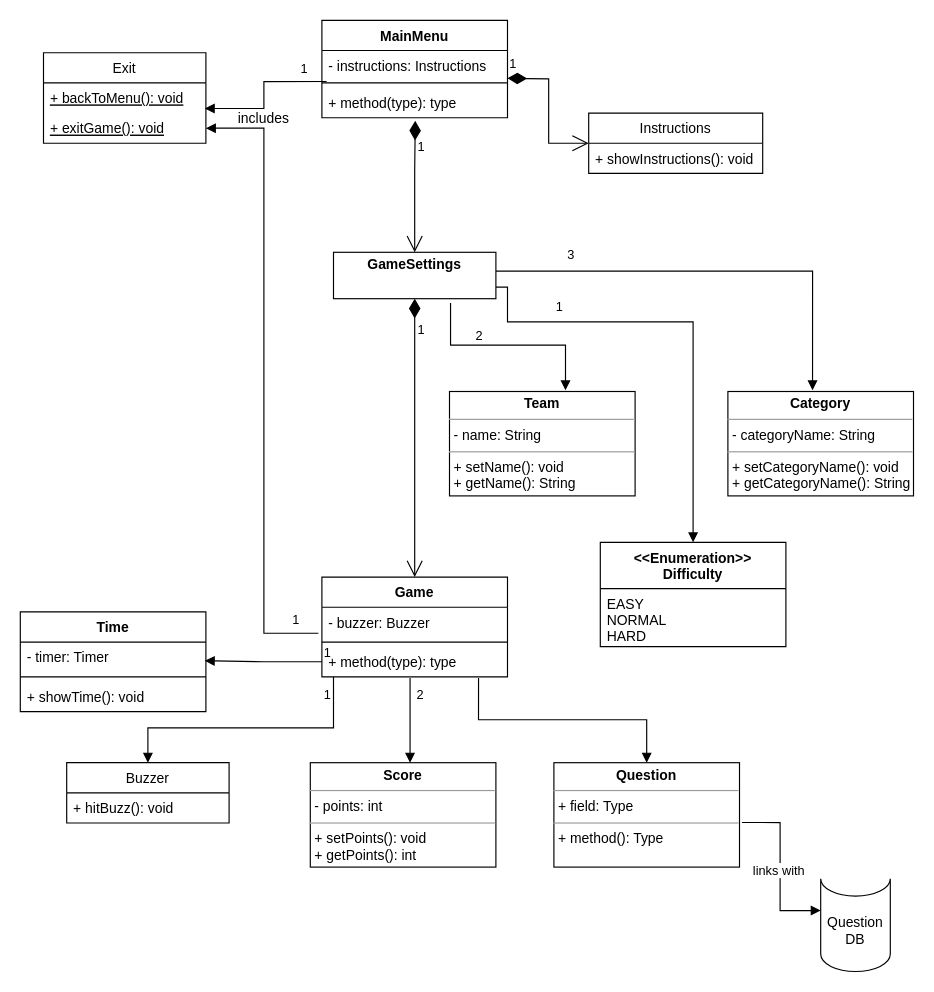
This is Models/Class_model.drawio from kostas-rigan/JabuzzzProject, a draw.io file, before an edit. Source tidied: cells renumbered, new cells numbered last; positions are measured from the earlier drawing's top-left corner, leaving out a move shared by most shapes. Both pictures are drawn from the tidied source at 116%, with x=0, y=0 at pixel (20, 20).
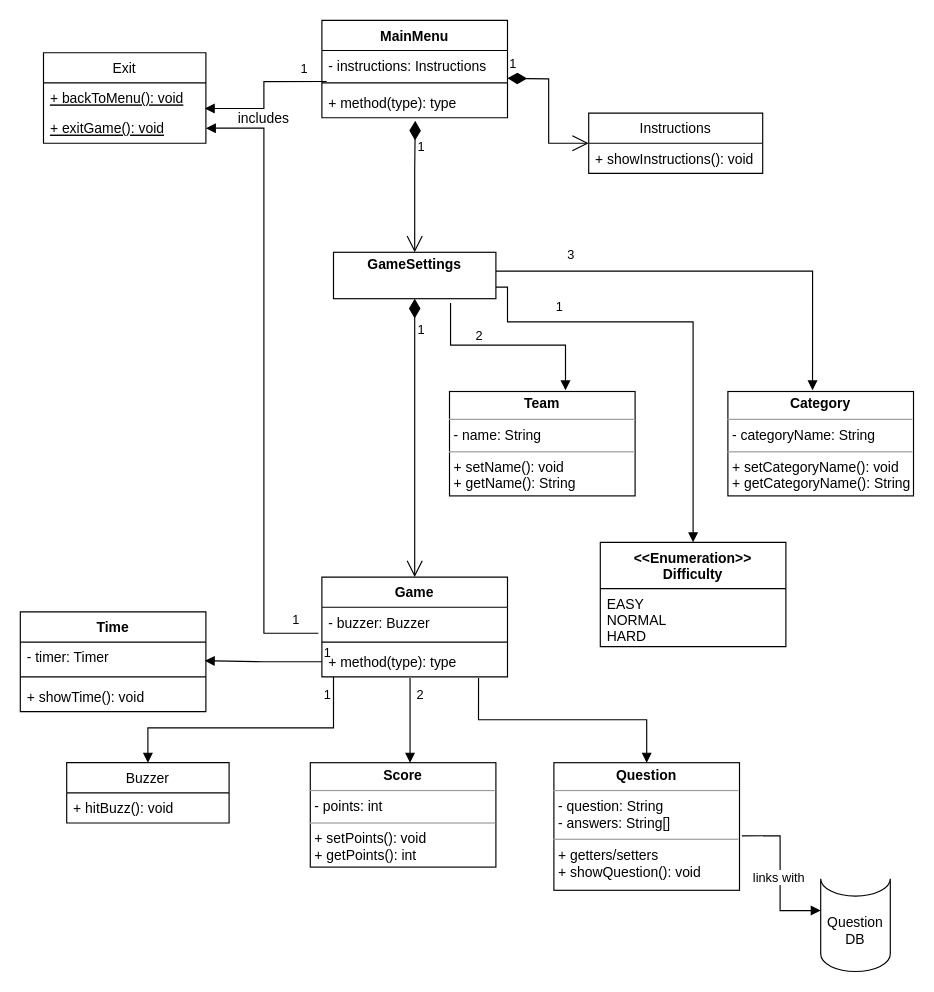
The same page after the edit.

The edit, as a diff of the source:
```diff
@@
-    <mxCell id="40" value="&lt;p style=&quot;margin: 0px ; margin-top: 4px ; text-align: center&quot;&gt;&lt;b&gt;Question&lt;/b&gt;&lt;/p&gt;&lt;hr size=&quot;1&quot;&gt;&lt;p style=&quot;margin: 0px ; margin-left: 4px&quot;&gt;+ field: Type&lt;/p&gt;&lt;hr size=&quot;1&quot;&gt;&lt;p style=&quot;margin: 0px ; margin-left: 4px&quot;&gt;+ method(): Type&lt;/p&gt;" style="verticalAlign=top;align=left;overflow=fill;fontSize=12;fontFamily=Helvetica;html=1;" parent="1" vertex="1">
-      <mxGeometry x="460" y="640" width="160" height="90" as="geometry" />
+    <mxCell id="40" value="&lt;p style=&quot;margin: 0px ; margin-top: 4px ; text-align: center&quot;&gt;&lt;b&gt;Question&lt;/b&gt;&lt;/p&gt;&lt;hr size=&quot;1&quot;&gt;&lt;p style=&quot;margin: 0px ; margin-left: 4px&quot;&gt;- question: String&lt;/p&gt;&lt;p style=&quot;margin: 0px ; margin-left: 4px&quot;&gt;- answers: String[]&lt;/p&gt;&lt;hr size=&quot;1&quot;&gt;&lt;p style=&quot;margin: 0px ; margin-left: 4px&quot;&gt;+ getters/setters&lt;/p&gt;&lt;p style=&quot;margin: 0px ; margin-left: 4px&quot;&gt;+ showQuestion(): void&lt;/p&gt;" style="verticalAlign=top;align=left;overflow=fill;fontSize=12;fontFamily=Helvetica;html=1;" parent="1" vertex="1">
+      <mxGeometry x="460" y="640" width="160" height="110" as="geometry" />
     </mxCell>
```
